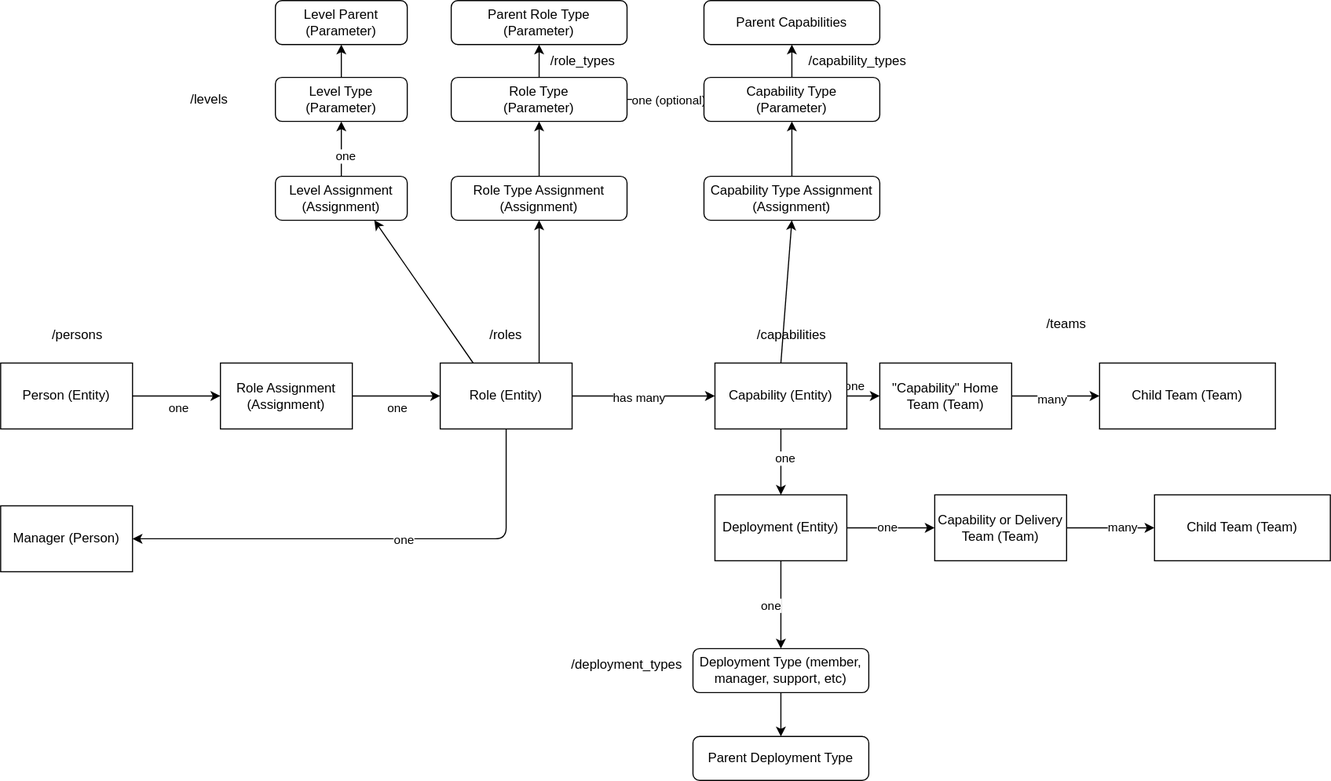
Above: docs/data-v4.drawio.svg in jdotw/swamp (draw.io), before the change. Source tidied: cells renumbered, new cells last; positions are measured from the earlier drawing's top-left corner, leaving out a move shared by most shapes.
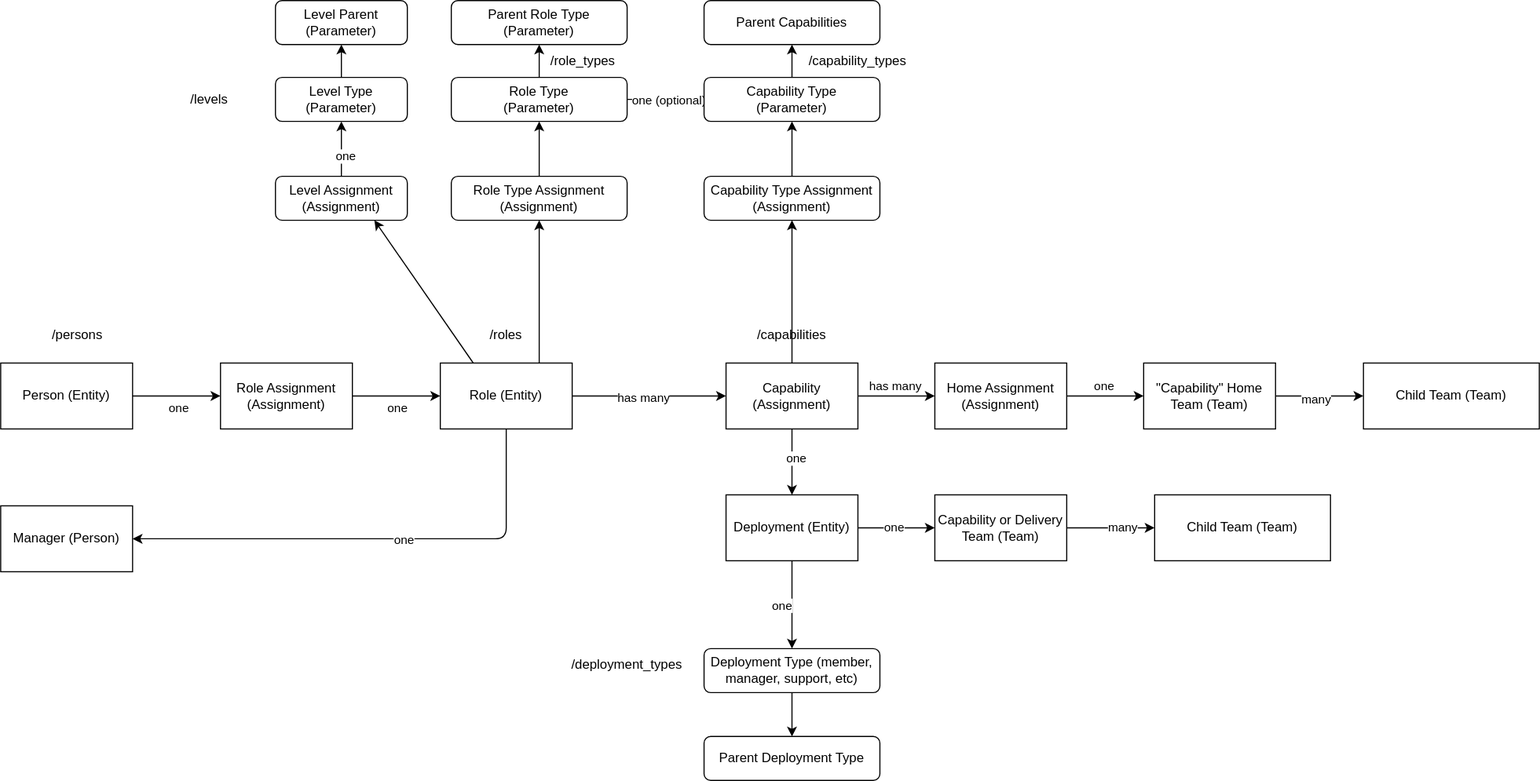
The same file after the commit.

Commit message:
added home assignment

Change to the diagram source:
```diff
@@ -33,7 +33,7 @@
       <mxGeometry x="-0.1" y="-2" relative="1" as="geometry" />
     </mxCell>
     <mxCell id="10" value="&quot;Capability&quot; Home Team (Team)" style="rounded=0;whiteSpace=wrap;html=1;" parent="1" vertex="1">
-      <mxGeometry x="800" y="330" width="120" height="60" as="geometry" />
+      <mxGeometry x="1040" y="330" width="120" height="60" as="geometry" />
     </mxCell>
     <mxCell id="11" style="edgeStyle=none;html=1;exitX=1;exitY=0.5;exitDx=0;exitDy=0;" parent="1" edge="1" source="13" target="51">
       <mxGeometry relative="1" as="geometry" />
@@ -61,10 +61,10 @@
     <mxCell id="18" value="Role (Entity)" style="rounded=0;whiteSpace=wrap;html=1;" parent="1" vertex="1">
       <mxGeometry x="400" y="330" width="120" height="60" as="geometry" />
     </mxCell>
-    <mxCell id="19" style="edgeStyle=none;html=1;exitX=1;exitY=0.5;exitDx=0;exitDy=0;entryX=0;entryY=0.5;entryDx=0;entryDy=0;" parent="1" edge="1" source="24" target="10">
+    <mxCell id="19" style="edgeStyle=none;html=1;exitX=1;exitY=0.5;exitDx=0;exitDy=0;entryX=0;entryY=0.5;entryDx=0;entryDy=0;" parent="1" edge="1" source="24" target="64">
       <mxGeometry relative="1" as="geometry" />
     </mxCell>
-    <mxCell id="20" value="one" style="edgeLabel;html=1;align=center;verticalAlign=middle;" parent="19" vertex="1">
+    <mxCell id="20" value="has many" style="edgeLabel;html=1;align=center;verticalAlign=middle;" parent="19" vertex="1">
       <mxGeometry x="0.38" y="-2" relative="1" as="geometry">
         <mxPoint x="-15" y="-12" as="offset" />
       </mxGeometry>
@@ -78,8 +78,8 @@
     <mxCell id="23" value="one" style="edgeLabel;html=1;align=center;verticalAlign=middle;" parent="22" vertex="1">
       <mxGeometry x="-0.15" y="3" relative="1" as="geometry" />
     </mxCell>
-    <mxCell id="24" value="Capability (Entity)" style="rounded=0;whiteSpace=wrap;html=1;" parent="1" vertex="1">
-      <mxGeometry x="650" y="330" width="120" height="60" as="geometry" />
+    <mxCell id="24" value="Capability (Assignment)" style="rounded=0;whiteSpace=wrap;html=1;" parent="1" vertex="1">
+      <mxGeometry x="660" y="330" width="120" height="60" as="geometry" />
     </mxCell>
     <mxCell id="25" style="edgeStyle=none;html=1;exitX=1;exitY=0.5;exitDx=0;exitDy=0;entryX=0;entryY=0.5;entryDx=0;entryDy=0;" parent="1" edge="1" source="29" target="13">
       <mxGeometry relative="1" as="geometry" />
@@ -89,10 +89,8 @@
         <mxPoint y="1" as="offset" />
       </mxGeometry>
     </mxCell>
-    <mxCell id="27" style="edgeStyle=none;html=1;exitX=0.5;exitY=1;exitDx=0;exitDy=0;" parent="1" edge="1" source="29">
-      <mxGeometry relative="1" as="geometry">
-        <mxPoint x="710" y="590" as="targetPoint" />
-      </mxGeometry>
+    <mxCell id="27" style="edgeStyle=none;html=1;exitX=0.5;exitY=1;exitDx=0;exitDy=0;entryX=0.5;entryY=0;entryDx=0;entryDy=0;" parent="1" edge="1" source="29" target="53">
+      <mxGeometry relative="1" as="geometry" />
     </mxCell>
     <mxCell id="28" value="one" style="edgeLabel;html=1;align=center;verticalAlign=middle;" parent="27" vertex="1">
       <mxGeometry x="-0.14" y="3" relative="1" as="geometry">
@@ -100,7 +98,7 @@
       </mxGeometry>
     </mxCell>
     <mxCell id="29" value="Deployment (Entity)" style="rounded=0;whiteSpace=wrap;html=1;" parent="1" vertex="1">
-      <mxGeometry x="650" y="450" width="120" height="60" as="geometry" />
+      <mxGeometry x="660" y="450" width="120" height="60" as="geometry" />
     </mxCell>
     <mxCell id="30" style="edgeStyle=none;html=1;exitX=1;exitY=0.5;exitDx=0;exitDy=0;entryX=0;entryY=0.5;entryDx=0;entryDy=0;" parent="1" edge="1" source="32" target="18">
       <mxGeometry relative="1" as="geometry" />
@@ -165,7 +163,7 @@
       <mxGeometry x="640" width="160" height="40" as="geometry" />
     </mxCell>
     <mxCell id="50" value="Child Team (Team)" style="rounded=0;whiteSpace=wrap;html=1;" parent="1" vertex="1">
-      <mxGeometry x="1000" y="330" width="160" height="60" as="geometry" />
+      <mxGeometry x="1240" y="330" width="160" height="60" as="geometry" />
     </mxCell>
     <mxCell id="51" value="Child Team (Team)" style="rounded=0;whiteSpace=wrap;html=1;" parent="1" vertex="1">
       <mxGeometry x="1050" y="450" width="160" height="60" as="geometry" />
@@ -174,10 +172,10 @@
       <mxGeometry relative="1" as="geometry" />
     </mxCell>
     <mxCell id="53" value="Deployment Type (member, manager, support, etc)" style="rounded=1;whiteSpace=wrap;html=1;" parent="1" vertex="1">
-      <mxGeometry x="630" y="590" width="160" height="40" as="geometry" />
+      <mxGeometry x="640" y="590" width="160" height="40" as="geometry" />
     </mxCell>
     <mxCell id="54" value="Parent Deployment Type" style="rounded=1;whiteSpace=wrap;html=1;" parent="1" vertex="1">
-      <mxGeometry x="630" y="670" width="160" height="40" as="geometry" />
+      <mxGeometry x="640" y="670" width="160" height="40" as="geometry" />
     </mxCell>
     <mxCell id="55" value="Level Parent (Parameter)" style="rounded=1;whiteSpace=wrap;html=1;" parent="1" vertex="1">
       <mxGeometry x="250" width="120" height="40" as="geometry" />
@@ -200,11 +198,19 @@
     <mxCell id="61" value="/capabilities" style="text;html=1;strokeColor=none;fillColor=none;align=center;verticalAlign=middle;whiteSpace=wrap;rounded=0;" parent="1" vertex="1">
       <mxGeometry x="690" y="290" width="60" height="30" as="geometry" />
     </mxCell>
-    <mxCell id="62" value="/teams" style="text;html=1;strokeColor=none;fillColor=none;align=center;verticalAlign=middle;whiteSpace=wrap;rounded=0;" parent="1" vertex="1">
-      <mxGeometry x="940" y="280" width="60" height="30" as="geometry" />
-    </mxCell>
     <mxCell id="63" value="/deployment_types" style="text;html=1;strokeColor=none;fillColor=none;align=center;verticalAlign=middle;whiteSpace=wrap;rounded=0;" parent="1" vertex="1">
       <mxGeometry x="540" y="590" width="60" height="30" as="geometry" />
     </mxCell>
+    <mxCell id="64" value="Home Assignment (Assignment)" style="rounded=0;whiteSpace=wrap;html=1;" parent="1" vertex="1">
+      <mxGeometry x="850" y="330" width="120" height="60" as="geometry" />
+    </mxCell>
+    <mxCell id="65" style="edgeStyle=none;html=1;exitX=1;exitY=0.5;exitDx=0;exitDy=0;entryX=0;entryY=0.5;entryDx=0;entryDy=0;" parent="1" edge="1" source="64" target="10">
+      <mxGeometry relative="1" as="geometry" />
+    </mxCell>
+    <mxCell id="66" value="one" style="edgeLabel;html=1;align=center;verticalAlign=middle;" parent="65" vertex="1">
+      <mxGeometry x="0.38" y="-2" relative="1" as="geometry">
+        <mxPoint x="-15" y="-12" as="offset" />
+      </mxGeometry>
+    </mxCell>
   </root>
 </mxGraphModel>
```
